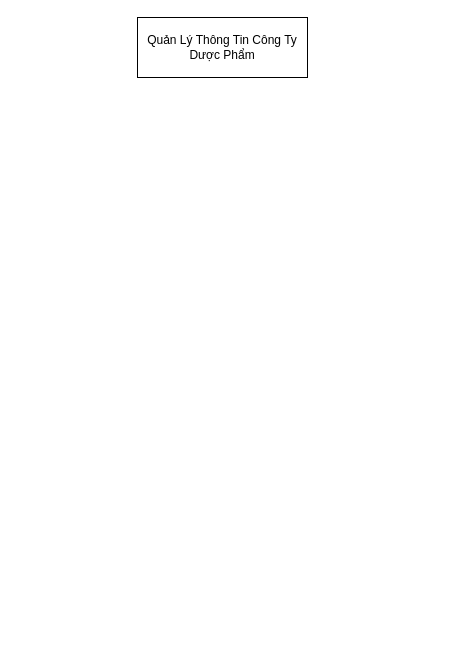
This is Diagrams/BusinessInformationSystems.drawio from Nguyen-Dinh-Sang/BusinessInformationSystems, a draw.io file, before an edit. Source tidied: cells renumbered, new cells numbered last; positions are measured from the earlier drawing's top-left corner, leaving out a move shared by most shapes. Both pictures are drawn from the tidied source at 100%, with x=0, y=0 at pixel (137, 17).
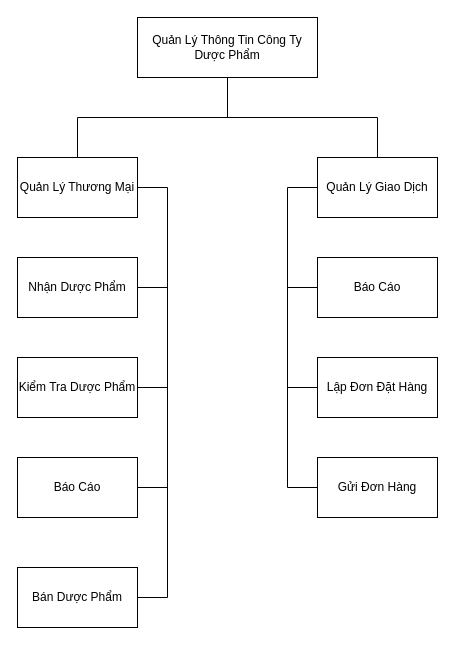
The same diagram, later.

Commit message:
Phân Cấp Chức Năng

Change to the diagram source:
```diff
@@
-    <mxCell id="2" value="Quản Lý Thông Tin Công Ty Dược Phẩm&lt;br&gt;" style="rounded=0;whiteSpace=wrap;html=1;" parent="1" vertex="1">
-      <mxGeometry width="170" height="60" as="geometry" />
+    <mxCell id="2" value="Quản Lý Thông Tin Công Ty Dược Phẩm" style="rounded=0;whiteSpace=wrap;html=1;" parent="1" vertex="1">
+      <mxGeometry width="180" height="60" as="geometry" />
     </mxCell>
+    <mxCell id="3" value="Quản Lý Thương Mại" style="rounded=0;whiteSpace=wrap;html=1;" parent="1" vertex="1">
+      <mxGeometry x="-120" y="140" width="120" height="60" as="geometry" />
+    </mxCell>
+    <mxCell id="4" value="Quản Lý Giao Dịch" style="rounded=0;whiteSpace=wrap;html=1;" parent="1" vertex="1">
+      <mxGeometry x="180" y="140" width="120" height="60" as="geometry" />
+    </mxCell>
+    <mxCell id="5" style="endArrow=none;html=1;entryX=0.5;entryY=1;entryDx=0;entryDy=0;" parent="1" edge="1" target="2">
+      <mxGeometry relative="1" as="geometry">
+        <mxPoint x="90" y="100" as="sourcePoint" />
+      </mxGeometry>
+    </mxCell>
+    <mxCell id="6" style="endArrow=none;html=1;exitX=0.5;exitY=0;exitDx=0;exitDy=0;" parent="1" edge="1" source="3">
+      <mxGeometry relative="1" as="geometry">
+        <mxPoint x="-60" y="100" as="targetPoint" />
+      </mxGeometry>
+    </mxCell>
+    <mxCell id="7" style="endArrow=none;html=1;entryX=0.5;entryY=0;entryDx=0;entryDy=0;" parent="1" edge="1" target="4">
+      <mxGeometry relative="1" as="geometry">
+        <mxPoint x="240" y="100" as="sourcePoint" />
+      </mxGeometry>
+    </mxCell>
+    <mxCell id="8" style="endArrow=none;html=1;" parent="1" edge="1">
+      <mxGeometry relative="1" as="geometry">
+        <mxPoint x="-60" y="100" as="sourcePoint" />
+        <mxPoint x="240" y="100" as="targetPoint" />
+      </mxGeometry>
+    </mxCell>
+    <mxCell id="9" value="Báo Cáo" style="rounded=0;whiteSpace=wrap;html=1;" parent="1" vertex="1">
+      <mxGeometry x="180" y="240" width="120" height="60" as="geometry" />
+    </mxCell>
+    <mxCell id="10" value="Lập Đơn Đặt Hàng" style="rounded=0;whiteSpace=wrap;html=1;" parent="1" vertex="1">
+      <mxGeometry x="180" y="340" width="120" height="60" as="geometry" />
+    </mxCell>
+    <mxCell id="11" value="Gửi Đơn Hàng" style="rounded=0;whiteSpace=wrap;html=1;" parent="1" vertex="1">
+      <mxGeometry x="180" y="440" width="120" height="60" as="geometry" />
+    </mxCell>
+    <mxCell id="12" style="endArrow=none;html=1;" parent="1" edge="1">
+      <mxGeometry relative="1" as="geometry">
+        <mxPoint x="150" y="470" as="sourcePoint" />
+        <mxPoint x="150" y="170" as="targetPoint" />
+      </mxGeometry>
+    </mxCell>
+    <mxCell id="13" style="endArrow=none;html=1;entryX=0;entryY=0.5;entryDx=0;entryDy=0;" parent="1" edge="1" target="4">
+      <mxGeometry relative="1" as="geometry">
+        <mxPoint x="150" y="170" as="sourcePoint" />
+      </mxGeometry>
+    </mxCell>
+    <mxCell id="14" style="endArrow=none;html=1;entryX=0;entryY=0.5;entryDx=0;entryDy=0;" parent="1" edge="1" target="9">
+      <mxGeometry relative="1" as="geometry">
+        <mxPoint x="150" y="270" as="sourcePoint" />
+      </mxGeometry>
+    </mxCell>
+    <mxCell id="15" style="endArrow=none;html=1;exitX=0;exitY=0.5;exitDx=0;exitDy=0;" parent="1" edge="1" source="11">
+      <mxGeometry relative="1" as="geometry">
+        <mxPoint x="150" y="470" as="targetPoint" />
+      </mxGeometry>
+    </mxCell>
+    <mxCell id="16" style="endArrow=none;html=1;entryX=0;entryY=0.5;entryDx=0;entryDy=0;" parent="1" edge="1" target="10">
+      <mxGeometry relative="1" as="geometry">
+        <mxPoint x="150" y="370" as="sourcePoint" />
+      </mxGeometry>
+    </mxCell>
+    <mxCell id="17" value="Nhận Dược Phẩm" style="rounded=0;whiteSpace=wrap;html=1;" parent="1" vertex="1">
+      <mxGeometry x="-120" y="240" width="120" height="60" as="geometry" />
+    </mxCell>
+    <mxCell id="18" value="Kiểm Tra Dược Phẩm" style="rounded=0;whiteSpace=wrap;html=1;" parent="1" vertex="1">
+      <mxGeometry x="-120" y="340" width="120" height="60" as="geometry" />
+    </mxCell>
+    <mxCell id="19" value="Bán Dược Phẩm" style="rounded=0;whiteSpace=wrap;html=1;" parent="1" vertex="1">
+      <mxGeometry x="-120" y="550" width="120" height="60" as="geometry" />
+    </mxCell>
+    <mxCell id="20" value="Báo Cáo" style="rounded=0;whiteSpace=wrap;html=1;" parent="1" vertex="1">
+      <mxGeometry x="-120" y="440" width="120" height="60" as="geometry" />
+    </mxCell>
+    <mxCell id="21" style="endArrow=none;html=1;" parent="1" edge="1">
+      <mxGeometry relative="1" as="geometry">
+        <mxPoint x="30" y="580" as="sourcePoint" />
+        <mxPoint x="30" y="170" as="targetPoint" />
+        <Array as="points">
+          <mxPoint x="30" y="580" />
+        </Array>
+      </mxGeometry>
+    </mxCell>
+    <mxCell id="22" style="endArrow=none;html=1;exitX=1;exitY=0.5;exitDx=0;exitDy=0;" parent="1" edge="1" source="19">
+      <mxGeometry relative="1" as="geometry">
+        <mxPoint x="30" y="580" as="targetPoint" />
+      </mxGeometry>
+    </mxCell>
+    <mxCell id="23" style="endArrow=none;html=1;" parent="1" edge="1">
+      <mxGeometry relative="1" as="geometry">
+        <mxPoint x="30" y="170" as="sourcePoint" />
+        <mxPoint y="170" as="targetPoint" />
+      </mxGeometry>
+    </mxCell>
+    <mxCell id="24" style="endArrow=none;html=1;entryX=1;entryY=0.5;entryDx=0;entryDy=0;" parent="1" edge="1" target="17">
+      <mxGeometry relative="1" as="geometry">
+        <mxPoint x="30" y="270" as="sourcePoint" />
+      </mxGeometry>
+    </mxCell>
+    <mxCell id="25" style="endArrow=none;html=1;entryX=1;entryY=0.5;entryDx=0;entryDy=0;" parent="1" edge="1" target="18">
+      <mxGeometry relative="1" as="geometry">
+        <mxPoint x="30" y="370" as="sourcePoint" />
+      </mxGeometry>
+    </mxCell>
+    <mxCell id="26" style="endArrow=none;html=1;exitX=1;exitY=0.5;exitDx=0;exitDy=0;" parent="1" edge="1" source="20">
+      <mxGeometry relative="1" as="geometry">
+        <mxPoint x="30" y="470" as="targetPoint" />
+      </mxGeometry>
+    </mxCell>
```
